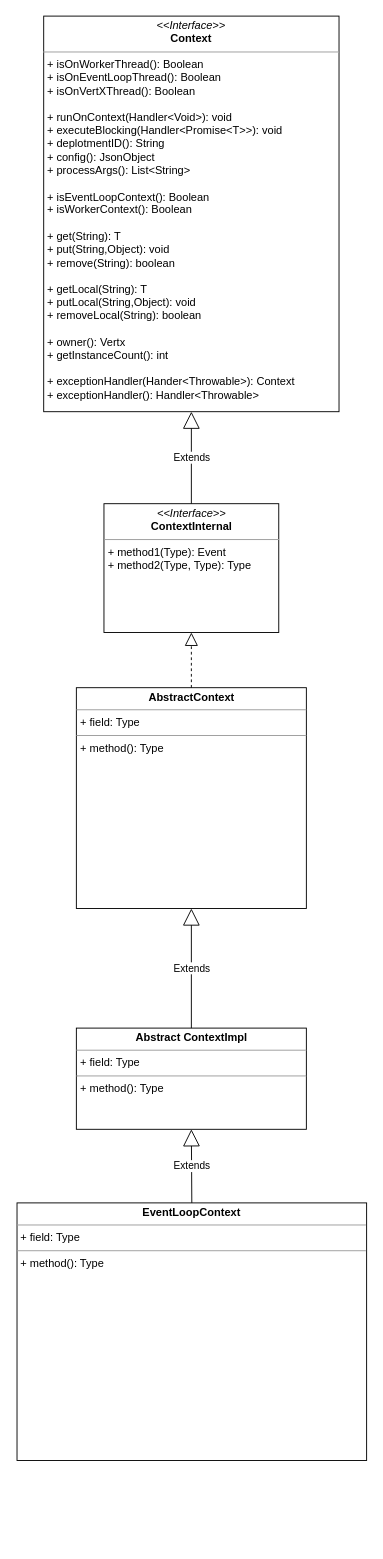
Earlier version of the draw.io diagram VertX.drawio (Echidnaaa/draw). Source tidied: cells renumbered, new cells numbered last; positions are measured from the earlier drawing's top-left corner, leaving out a move shared by most shapes. Both pictures are drawn from the tidied source at 92%, with x=0, y=0 at pixel (17, 16).
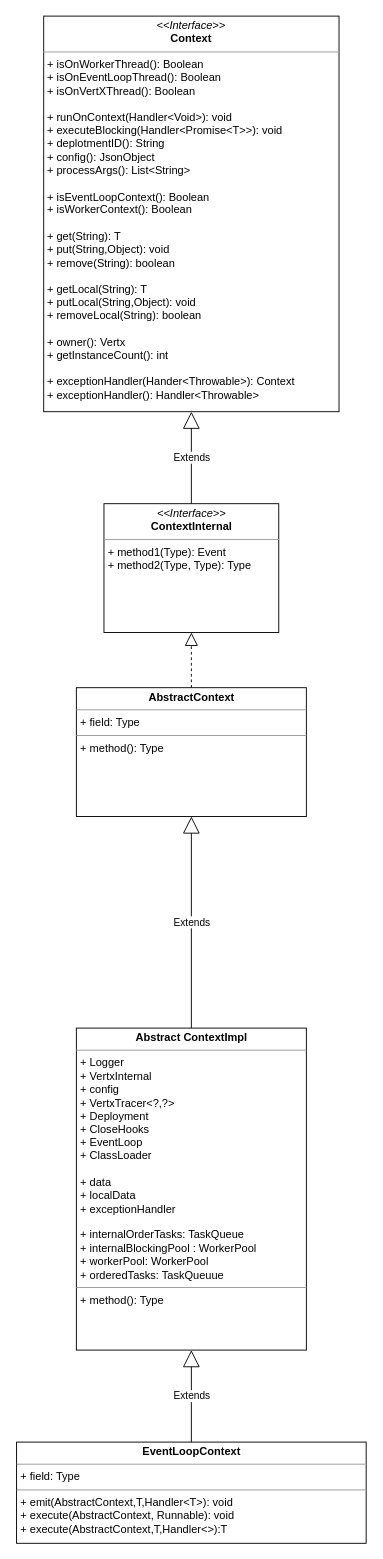
The same diagram, later.

Diff of the diagram source:
```diff
@@
 <mxGraphModel>
   <root>
     <mxCell id="0" />
     <mxCell id="1" parent="0" />
     <mxCell id="2" value="&lt;p style=&quot;margin: 0px ; margin-top: 4px ; text-align: center&quot;&gt;&lt;i&gt;&amp;lt;&amp;lt;Interface&amp;gt;&amp;gt;&lt;/i&gt;&lt;br&gt;&lt;b&gt;Context&lt;/b&gt;&lt;/p&gt;&lt;hr size=&quot;1&quot;&gt;&lt;p style=&quot;margin: 0px ; margin-left: 4px&quot;&gt;+ isOnWorkerThread(): Boolean&lt;br&gt;+ isOnEventLoopThread(): Boolean&lt;/p&gt;&lt;p style=&quot;margin: 0px ; margin-left: 4px&quot;&gt;+ isOnVertXThread(): Boolean&lt;/p&gt;&lt;p style=&quot;margin: 0px ; margin-left: 4px&quot;&gt;&lt;br&gt;&lt;/p&gt;&lt;p style=&quot;margin: 0px ; margin-left: 4px&quot;&gt;+ runOnContext(Handler&amp;lt;Void&amp;gt;): void&lt;/p&gt;&lt;p style=&quot;margin: 0px ; margin-left: 4px&quot;&gt;+ executeBlocking(Handler&amp;lt;Promise&amp;lt;T&amp;gt;&amp;gt;): void&lt;/p&gt;&lt;p style=&quot;margin: 0px ; margin-left: 4px&quot;&gt;+ deplotmentID(): String&lt;/p&gt;&lt;p style=&quot;margin: 0px ; margin-left: 4px&quot;&gt;+ config(): JsonObject&lt;/p&gt;&lt;p style=&quot;margin: 0px ; margin-left: 4px&quot;&gt;+ processArgs(): List&amp;lt;String&amp;gt;&lt;/p&gt;&lt;p style=&quot;margin: 0px ; margin-left: 4px&quot;&gt;&lt;br&gt;&lt;/p&gt;&lt;p style=&quot;margin: 0px ; margin-left: 4px&quot;&gt;+ isEventLoopContext(): Boolean&lt;/p&gt;&lt;p style=&quot;margin: 0px ; margin-left: 4px&quot;&gt;+ isWorkerContext(): Boolean&lt;/p&gt;&lt;p style=&quot;margin: 0px ; margin-left: 4px&quot;&gt;&lt;br&gt;&lt;/p&gt;&lt;p style=&quot;margin: 0px ; margin-left: 4px&quot;&gt;+ get(String): T&lt;/p&gt;&lt;p style=&quot;margin: 0px ; margin-left: 4px&quot;&gt;+ put(String,Object): void&lt;/p&gt;&lt;p style=&quot;margin: 0px ; margin-left: 4px&quot;&gt;+ remove(String): boolean&lt;/p&gt;&lt;p style=&quot;margin: 0px ; margin-left: 4px&quot;&gt;&lt;br&gt;&lt;/p&gt;&lt;p style=&quot;margin: 0px ; margin-left: 4px&quot;&gt;+ getLocal(String): T&lt;/p&gt;&lt;p style=&quot;margin: 0px ; margin-left: 4px&quot;&gt;+ putLocal(String,Object): void&lt;/p&gt;&lt;p style=&quot;margin: 0px ; margin-left: 4px&quot;&gt;+ removeLocal(String): boolean&lt;/p&gt;&lt;p style=&quot;margin: 0px ; margin-left: 4px&quot;&gt;&lt;br&gt;&lt;/p&gt;&lt;p style=&quot;margin: 0px ; margin-left: 4px&quot;&gt;+ owner(): Vertx&lt;/p&gt;&lt;p style=&quot;margin: 0px ; margin-left: 4px&quot;&gt;+ getInstanceCount(): int&lt;/p&gt;&lt;p style=&quot;margin: 0px ; margin-left: 4px&quot;&gt;&lt;br&gt;&lt;/p&gt;&lt;p style=&quot;margin: 0px ; margin-left: 4px&quot;&gt;+ exceptionHandler(Hander&amp;lt;Throwable&amp;gt;): Context&lt;/p&gt;&lt;p style=&quot;margin: 0px ; margin-left: 4px&quot;&gt;+ exceptionHandler(): Handler&amp;lt;Throwable&amp;gt;&lt;/p&gt;" style="verticalAlign=top;align=left;overflow=fill;fontSize=12;fontFamily=Helvetica;html=1;" parent="1" vertex="1">
       <mxGeometry x="29" width="321" height="430" as="geometry" />
     </mxCell>
     <mxCell id="3" value="&lt;p style=&quot;margin: 0px ; margin-top: 4px ; text-align: center&quot;&gt;&lt;i&gt;&amp;lt;&amp;lt;Interface&amp;gt;&amp;gt;&lt;/i&gt;&lt;br&gt;&lt;b&gt;ContextInternal&lt;/b&gt;&lt;/p&gt;&lt;hr size=&quot;1&quot;&gt;&lt;p style=&quot;margin: 0px ; margin-left: 4px&quot;&gt;+ method1(Type): Event&lt;br&gt;+ method2(Type, Type): Type&lt;/p&gt;&lt;p style=&quot;margin: 0px ; margin-left: 4px&quot;&gt;&lt;br&gt;&lt;/p&gt;" style="verticalAlign=top;align=left;overflow=fill;fontSize=12;fontFamily=Helvetica;html=1;" parent="1" vertex="1">
       <mxGeometry x="94.5" y="530" width="190" height="140" as="geometry" />
     </mxCell>
     <mxCell id="4" value="Extends" style="endArrow=block;endSize=16;endFill=0;html=1;exitX=0.5;exitY=0;exitDx=0;exitDy=0;entryX=0.5;entryY=1;entryDx=0;entryDy=0;" parent="1" edge="1" source="3" target="2">
       <mxGeometry relative="1" as="geometry" />
     </mxCell>
     <mxCell id="5" value="&lt;p style=&quot;margin: 0px ; margin-top: 4px ; text-align: center&quot;&gt;&lt;b&gt;AbstractContext&lt;/b&gt;&lt;/p&gt;&lt;hr size=&quot;1&quot;&gt;&lt;p style=&quot;margin: 0px ; margin-left: 4px&quot;&gt;+ field: Type&lt;/p&gt;&lt;hr size=&quot;1&quot;&gt;&lt;p style=&quot;margin: 0px ; margin-left: 4px&quot;&gt;+ method(): Type&lt;/p&gt;" style="verticalAlign=top;align=left;overflow=fill;fontSize=12;fontFamily=Helvetica;html=1;" parent="1" vertex="1">
-      <mxGeometry x="64.5" y="730" width="250" height="240" as="geometry" />
+      <mxGeometry x="64.5" y="730" width="250" height="140" as="geometry" />
     </mxCell>
     <mxCell id="6" style="endArrow=block;dashed=1;endFill=0;endSize=12;html=1;exitX=0.5;exitY=0;exitDx=0;exitDy=0;entryX=0.5;entryY=1;entryDx=0;entryDy=0;" parent="1" edge="1" source="5" target="3">
       <mxGeometry relative="1" as="geometry" />
     </mxCell>
-    <mxCell id="7" value="&lt;p style=&quot;margin: 0px ; margin-top: 4px ; text-align: center&quot;&gt;&lt;b&gt;Abstract ContextImpl&lt;/b&gt;&lt;/p&gt;&lt;hr size=&quot;1&quot;&gt;&lt;p style=&quot;margin: 0px ; margin-left: 4px&quot;&gt;+ field: Type&lt;/p&gt;&lt;hr size=&quot;1&quot;&gt;&lt;p style=&quot;margin: 0px ; margin-left: 4px&quot;&gt;+ method(): Type&lt;/p&gt;" style="verticalAlign=top;align=left;overflow=fill;fontSize=12;fontFamily=Helvetica;html=1;" parent="1" vertex="1">
-      <mxGeometry x="64.5" y="1100" width="250" height="110" as="geometry" />
+    <mxCell id="7" value="&lt;p style=&quot;margin: 0px ; margin-top: 4px ; text-align: center&quot;&gt;&lt;b&gt;Abstract ContextImpl&lt;/b&gt;&lt;/p&gt;&lt;hr size=&quot;1&quot;&gt;&lt;p style=&quot;margin: 0px ; margin-left: 4px&quot;&gt;+ Logger&lt;/p&gt;&lt;p style=&quot;margin: 0px ; margin-left: 4px&quot;&gt;+ VertxInternal&lt;/p&gt;&lt;p style=&quot;margin: 0px ; margin-left: 4px&quot;&gt;+ config&lt;/p&gt;&lt;p style=&quot;margin: 0px ; margin-left: 4px&quot;&gt;+ VertxTracer&amp;lt;?,?&amp;gt;&lt;/p&gt;&lt;p style=&quot;margin: 0px ; margin-left: 4px&quot;&gt;+ Deployment&lt;/p&gt;&lt;p style=&quot;margin: 0px ; margin-left: 4px&quot;&gt;+ CloseHooks&lt;/p&gt;&lt;p style=&quot;margin: 0px ; margin-left: 4px&quot;&gt;+ EventLoop&lt;/p&gt;&lt;p style=&quot;margin: 0px ; margin-left: 4px&quot;&gt;+ ClassLoader&lt;/p&gt;&lt;p style=&quot;margin: 0px ; margin-left: 4px&quot;&gt;&lt;br&gt;&lt;/p&gt;&lt;p style=&quot;margin: 0px ; margin-left: 4px&quot;&gt;+ data&lt;/p&gt;&lt;p style=&quot;margin: 0px ; margin-left: 4px&quot;&gt;+ localData&lt;/p&gt;&lt;p style=&quot;margin: 0px ; margin-left: 4px&quot;&gt;+ exceptionHandler&lt;/p&gt;&lt;p style=&quot;margin: 0px ; margin-left: 4px&quot;&gt;&lt;br&gt;&lt;/p&gt;&lt;p style=&quot;margin: 0px ; margin-left: 4px&quot;&gt;+ internalOrderTasks: TaskQueue&lt;/p&gt;&lt;p style=&quot;margin: 0px ; margin-left: 4px&quot;&gt;+ internalBlockingPool : WorkerPool&lt;/p&gt;&lt;p style=&quot;margin: 0px ; margin-left: 4px&quot;&gt;+ workerPool: WorkerPool&lt;/p&gt;&lt;p style=&quot;margin: 0px ; margin-left: 4px&quot;&gt;+ orderedTasks: TaskQueuue&lt;/p&gt;&lt;hr size=&quot;1&quot;&gt;&lt;p style=&quot;margin: 0px ; margin-left: 4px&quot;&gt;+ method(): Type&lt;/p&gt;" style="verticalAlign=top;align=left;overflow=fill;fontSize=12;fontFamily=Helvetica;html=1;" parent="1" vertex="1">
+      <mxGeometry x="64.5" y="1100" width="250" height="350" as="geometry" />
     </mxCell>
     <mxCell id="8" value="Extends" style="endArrow=block;endSize=16;endFill=0;html=1;exitX=0.5;exitY=0;exitDx=0;exitDy=0;entryX=0.5;entryY=1;entryDx=0;entryDy=0;" parent="1" edge="1" source="7" target="5">
       <mxGeometry relative="1" as="geometry" />
     </mxCell>
-    <mxCell id="9" value="&lt;p style=&quot;margin: 0px ; margin-top: 4px ; text-align: center&quot;&gt;&lt;b&gt;EventLoopContext&lt;/b&gt;&lt;/p&gt;&lt;hr size=&quot;1&quot;&gt;&lt;p style=&quot;margin: 0px ; margin-left: 4px&quot;&gt;+ field: Type&lt;/p&gt;&lt;hr size=&quot;1&quot;&gt;&lt;p style=&quot;margin: 0px ; margin-left: 4px&quot;&gt;+ method(): Type&lt;/p&gt;" style="verticalAlign=top;align=left;overflow=fill;fontSize=12;fontFamily=Helvetica;html=1;" parent="1" vertex="1">
-      <mxGeometry y="1290" width="380" height="280" as="geometry" />
+    <mxCell id="9" value="&lt;p style=&quot;margin: 0px ; margin-top: 4px ; text-align: center&quot;&gt;&lt;b&gt;EventLoopContext&lt;/b&gt;&lt;/p&gt;&lt;hr size=&quot;1&quot;&gt;&lt;p style=&quot;margin: 0px ; margin-left: 4px&quot;&gt;+ field: Type&lt;/p&gt;&lt;hr size=&quot;1&quot;&gt;&lt;p style=&quot;margin: 0px ; margin-left: 4px&quot;&gt;+ emit(AbstractContext,T,Handler&amp;lt;T&amp;gt;): void&lt;/p&gt;&lt;p style=&quot;margin: 0px ; margin-left: 4px&quot;&gt;+ execute(AbstractContext, Runnable): void&lt;/p&gt;&lt;p style=&quot;margin: 0px ; margin-left: 4px&quot;&gt;+ execute(AbstractContext,T,Handler&amp;lt;&amp;gt;):T&lt;/p&gt;" style="verticalAlign=top;align=left;overflow=fill;fontSize=12;fontFamily=Helvetica;html=1;" parent="1" vertex="1">
+      <mxGeometry x="-0.5" y="1550" width="380" height="110" as="geometry" />
     </mxCell>
     <mxCell id="10" value="Extends" style="endArrow=block;endSize=16;endFill=0;html=1;exitX=0.5;exitY=0;exitDx=0;exitDy=0;entryX=0.5;entryY=1;entryDx=0;entryDy=0;" parent="1" edge="1" source="9" target="7">
       <mxGeometry relative="1" as="geometry" />
     </mxCell>
   </root>
 </mxGraphModel>
```
